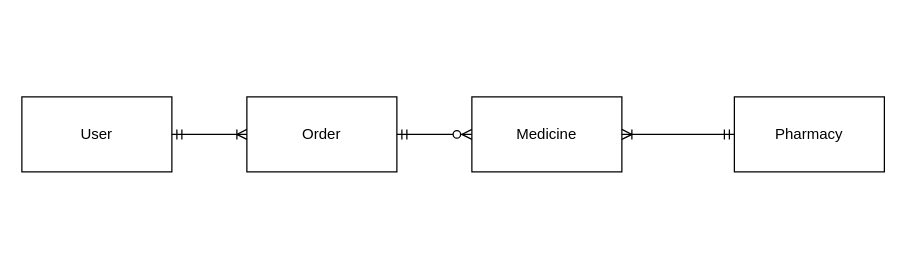
This is models.drawio from gbenga/mod5-project-backend, a draw.io file, before an edit. Source tidied: cells renumbered, new cells numbered last; positions are measured from the earlier drawing's top-left corner, leaving out a move shared by most shapes. Both pictures are drawn from the tidied source at 125%, with x=0, y=0 at pixel (21, 96).
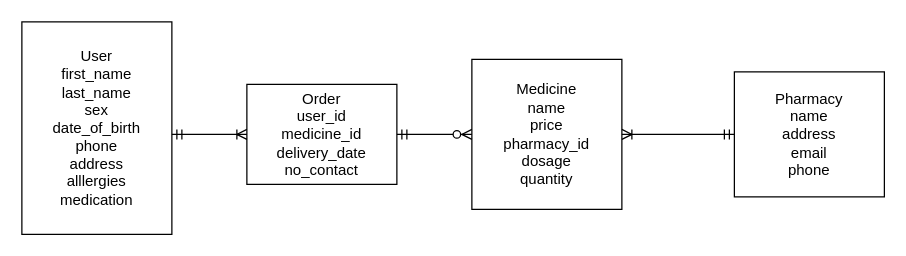
After the change.

Change to the diagram source:
```diff
@@
 <mxGraphModel>
   <root>
     <mxCell id="0" />
     <mxCell id="1" parent="0" />
-    <mxCell id="2" value="User" style="rounded=0;whiteSpace=wrap;html=1;" parent="1" vertex="1">
-      <mxGeometry width="120" height="60" as="geometry" />
+    <mxCell id="2" value="User&lt;br&gt;first_name&lt;br&gt;last_name&lt;br&gt;sex&lt;br&gt;date_of_birth&lt;br&gt;phone&lt;br&gt;address&lt;br&gt;alllergies&lt;br&gt;medication" style="rounded=0;whiteSpace=wrap;html=1;" parent="1" vertex="1">
+      <mxGeometry y="-60" width="120" height="170" as="geometry" />
     </mxCell>
-    <mxCell id="3" value="Pharmacy" style="rounded=0;whiteSpace=wrap;html=1;" parent="1" vertex="1">
-      <mxGeometry x="570" width="120" height="60" as="geometry" />
+    <mxCell id="3" value="Pharmacy&lt;br&gt;name&lt;br&gt;address&lt;br&gt;email&lt;br&gt;phone" style="rounded=0;whiteSpace=wrap;html=1;" parent="1" vertex="1">
+      <mxGeometry x="570" y="-20" width="120" height="100" as="geometry" />
     </mxCell>
-    <mxCell id="4" value="Order" style="rounded=0;whiteSpace=wrap;html=1;" parent="1" vertex="1">
-      <mxGeometry x="180" width="120" height="60" as="geometry" />
+    <mxCell id="4" value="Order&lt;br&gt;user_id&lt;br&gt;medicine_id&lt;br&gt;delivery_date&lt;br&gt;no_contact" style="rounded=0;whiteSpace=wrap;html=1;" parent="1" vertex="1">
+      <mxGeometry x="180" y="-10" width="120" height="80" as="geometry" />
     </mxCell>
-    <mxCell id="5" value="Medicine" style="rounded=0;whiteSpace=wrap;html=1;" parent="1" vertex="1">
-      <mxGeometry x="360" width="120" height="60" as="geometry" />
+    <mxCell id="5" value="Medicine&lt;br&gt;name&lt;br&gt;price&lt;br&gt;pharmacy_id&lt;br&gt;dosage&lt;br&gt;quantity" style="rounded=0;whiteSpace=wrap;html=1;" parent="1" vertex="1">
+      <mxGeometry x="360" y="-30" width="120" height="120" as="geometry" />
     </mxCell>
     <mxCell id="6" style="edgeStyle=entityRelationEdgeStyle;fontSize=12;html=1;endArrow=ERmandOne;endFill=0;exitX=1;exitY=0.5;exitDx=0;exitDy=0;startArrow=ERoneToMany;startFill=0;" parent="1" edge="1" source="5">
       <mxGeometry relative="1" as="geometry">
         <mxPoint x="570" y="30" as="targetPoint" />
       </mxGeometry>
     </mxCell>
     <mxCell id="7" style="edgeStyle=entityRelationEdgeStyle;fontSize=12;html=1;endArrow=ERoneToMany;startArrow=ERmandOne;entryX=0;entryY=0.5;entryDx=0;entryDy=0;" parent="1" edge="1" target="4">
       <mxGeometry relative="1" as="geometry">
         <mxPoint x="120" y="30" as="sourcePoint" />
       </mxGeometry>
     </mxCell>
     <mxCell id="8" style="edgeStyle=entityRelationEdgeStyle;fontSize=12;html=1;endArrow=ERzeroToMany;startArrow=ERmandOne;entryX=0;entryY=0.5;entryDx=0;entryDy=0;" parent="1" edge="1" target="5">
       <mxGeometry relative="1" as="geometry">
         <mxPoint x="300" y="30" as="sourcePoint" />
       </mxGeometry>
     </mxCell>
   </root>
 </mxGraphModel>
```
